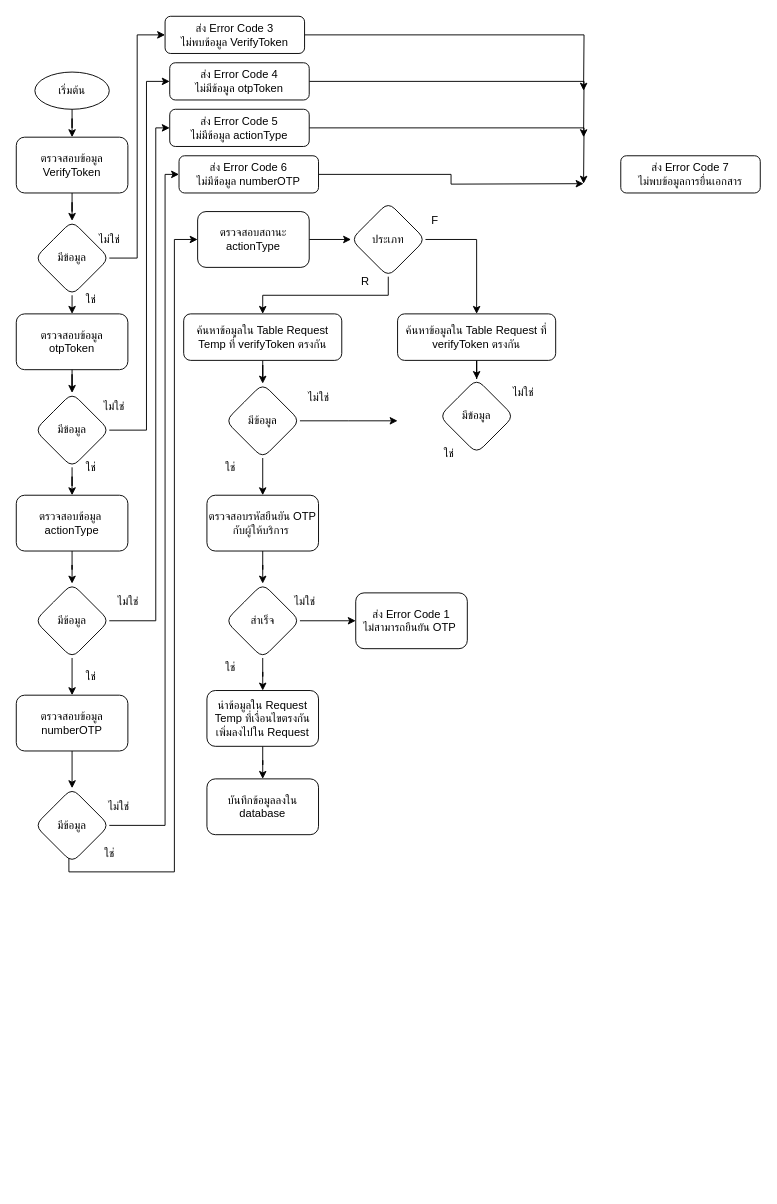
Before: VerifyOTPByTel.drawio in charifrodmanee/charifrodmanee, a draw.io diagram. Source tidied: cells renumbered, new cells numbered last; positions are measured from the earlier drawing's top-left corner, leaving out a move shared by most shapes. Both pictures are drawn from the tidied source at 93%, with x=0, y=0 at pixel (16, 16).
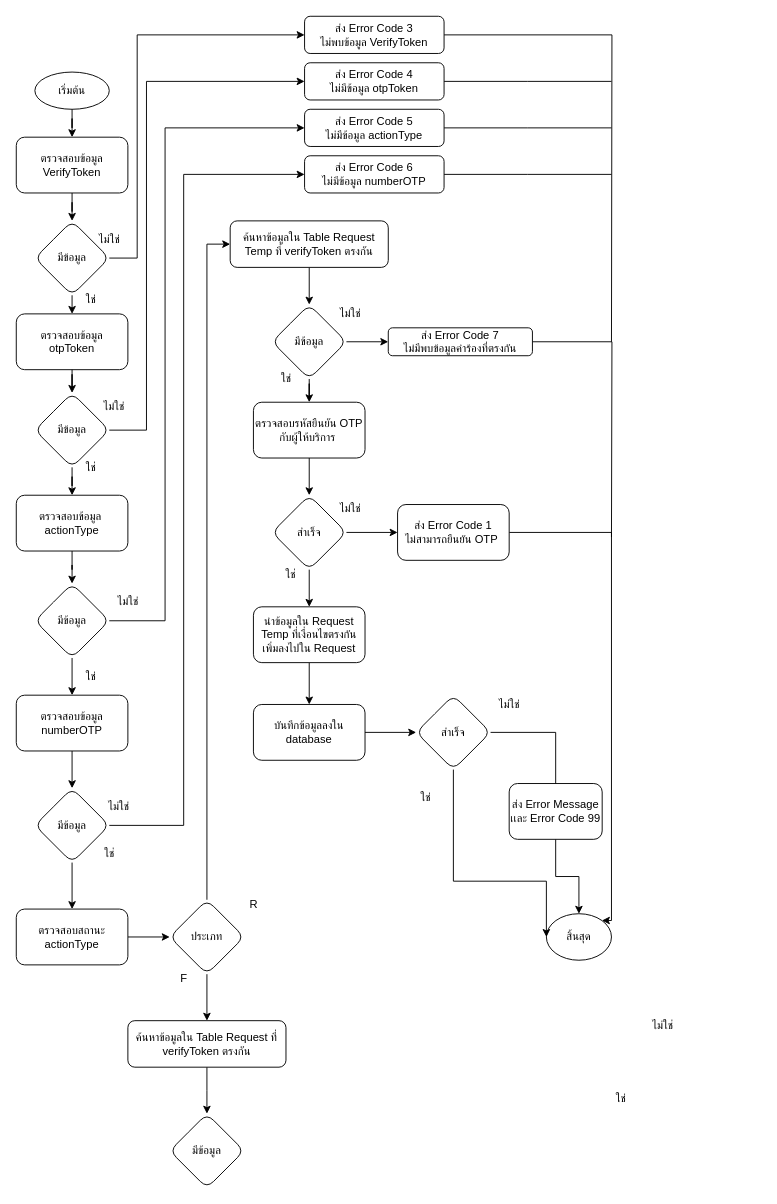
After the change.

Unchanged cells that the change refers to:
```xml
<mxCell id="26" value="มีข้อมูล" style="rhombus;whiteSpace=wrap;html=1;rounded=1;" parent="1" vertex="1">
  <mxGeometry x="20" y="610" width="80" height="80" as="geometry" />
</mxCell>
<mxCell id="44" value="มีข้อมูล" style="rhombus;whiteSpace=wrap;html=1;rounded=1;" parent="1" vertex="1">
  <mxGeometry x="20" y="830" width="80" height="80" as="geometry" />
</mxCell>
```

Change to the diagram source:
```diff
@@
-    <mxCell id="16" style="edgeStyle=orthogonalEdgeStyle;rounded=0;jettySize=auto;html=1;" parent="1" edge="1" source="17">
-      <mxGeometry relative="1" as="geometry">
-        <mxPoint x="610" y="80" as="targetPoint" />
-      </mxGeometry>
-    </mxCell>
+    <mxCell id="71" style="edgeStyle=orthogonalEdgeStyle;rounded=0;jettySize=auto;html=1;endArrow=none;endFill=0;" parent="1" edge="1" source="17">
+      <mxGeometry relative="1" as="geometry">
+        <mxPoint x="640" y="350" as="targetPoint" />
+      </mxGeometry>
+    </mxCell>
     <mxCell id="17" value="ส่ง Error Code 3&lt;br&gt;ไม่พบข้อมูล&amp;nbsp;VerifyToken" style="rounded=1;whiteSpace=wrap;html=1;" parent="1" vertex="1">
-      <mxGeometry x="160" width="150" height="40" as="geometry" />
+      <mxGeometry x="310" width="150" height="40" as="geometry" />
     </mxCell>
-    <mxCell id="18" style="edgeStyle=orthogonalEdgeStyle;rounded=0;jettySize=auto;html=1;" parent="1" edge="1" source="19">
-      <mxGeometry relative="1" as="geometry">
-        <mxPoint x="610" y="130" as="targetPoint" />
-      </mxGeometry>
-    </mxCell>
+    <mxCell id="72" style="edgeStyle=orthogonalEdgeStyle;rounded=0;jettySize=auto;html=1;endArrow=none;endFill=0;" parent="1" edge="1" source="19">
+      <mxGeometry relative="1" as="geometry">
+        <mxPoint x="640" y="70" as="targetPoint" />
+      </mxGeometry>
+    </mxCell>
     <mxCell id="19" value="ส่ง Error Code 4&lt;br&gt;ไม่มีข้อมูล otpToken" style="rounded=1;whiteSpace=wrap;html=1;" parent="1" vertex="1">
-      <mxGeometry x="165" y="50" width="150" height="40" as="geometry" />
+      <mxGeometry x="310" y="50" width="150" height="40" as="geometry" />
     </mxCell>
@@
     <mxCell id="25" style="edgeStyle=orthogonalEdgeStyle;rounded=0;jettySize=auto;html=1;entryX=0;entryY=0.5;entryDx=0;entryDy=0;" parent="1" edge="1" source="26" target="28">
       <mxGeometry relative="1" as="geometry">
         <Array as="points">
-          <mxPoint x="150" y="650" />
-          <mxPoint x="150" y="120" />
+          <mxPoint x="160" y="650" />
+          <mxPoint x="160" y="120" />
         </Array>
       </mxGeometry>
     </mxCell>
@@
-    <mxCell id="27" style="edgeStyle=orthogonalEdgeStyle;rounded=0;jettySize=auto;html=1;" parent="1" edge="1" source="28">
-      <mxGeometry relative="1" as="geometry">
-        <mxPoint x="610" y="180" as="targetPoint" />
-      </mxGeometry>
-    </mxCell>
+    <mxCell id="73" style="edgeStyle=orthogonalEdgeStyle;rounded=0;jettySize=auto;html=1;endArrow=none;endFill=0;" parent="1" edge="1" source="28">
+      <mxGeometry relative="1" as="geometry">
+        <mxPoint x="640" y="120" as="targetPoint" />
+      </mxGeometry>
+    </mxCell>
     <mxCell id="28" value="ส่ง Error Code 5&lt;br&gt;ไม่มีข้อมูล actionType" style="rounded=1;whiteSpace=wrap;html=1;" parent="1" vertex="1">
-      <mxGeometry x="165" y="100" width="150" height="40" as="geometry" />
+      <mxGeometry x="310" y="100" width="150" height="40" as="geometry" />
     </mxCell>
@@
     <mxCell id="32" value="ตรวจสอบสถานะ&lt;br&gt;actionType" style="rounded=1;whiteSpace=wrap;html=1;" parent="1" vertex="1">
-      <mxGeometry x="195" y="210" width="120" height="60" as="geometry" />
+      <mxGeometry y="960" width="120" height="60" as="geometry" />
     </mxCell>
-    <mxCell id="33" style="edgeStyle=orthogonalEdgeStyle;rounded=0;jettySize=auto;html=1;entryX=0.5;entryY=0;entryDx=0;entryDy=0;" parent="1" edge="1" source="35" target="66">
-      <mxGeometry relative="1" as="geometry">
-        <Array as="points">
-          <mxPoint x="495" y="240" />
-        </Array>
-      </mxGeometry>
+    <mxCell id="33" style="edgeStyle=orthogonalEdgeStyle;rounded=0;jettySize=auto;html=1;" parent="1" edge="1" source="35" target="66">
+      <mxGeometry relative="1" as="geometry" />
     </mxCell>
-    <mxCell id="34" style="edgeStyle=orthogonalEdgeStyle;rounded=0;jettySize=auto;html=1;" parent="1" edge="1" source="35" target="39">
-      <mxGeometry relative="1" as="geometry">
-        <Array as="points">
-          <mxPoint x="400" y="300" />
-          <mxPoint x="265" y="300" />
-        </Array>
-      </mxGeometry>
+    <mxCell id="34" style="edgeStyle=orthogonalEdgeStyle;rounded=0;jettySize=auto;html=1;entryX=0;entryY=0.5;entryDx=0;entryDy=0;" parent="1" edge="1" source="35" target="39">
+      <mxGeometry relative="1" as="geometry" />
     </mxCell>
     <mxCell id="35" value="ประเภท" style="rhombus;whiteSpace=wrap;html=1;rounded=1;" parent="1" vertex="1">
-      <mxGeometry x="360" y="200" width="80" height="80" as="geometry" />
+      <mxGeometry x="165" y="950" width="80" height="80" as="geometry" />
     </mxCell>
     <mxCell id="36" value="F" style="text;html=1;align=center;verticalAlign=middle;strokeColor=none;fillColor=none;" parent="1" vertex="1">
-      <mxGeometry x="435" y="205" width="30" height="30" as="geometry" />
+      <mxGeometry x="165" y="1020" width="30" height="30" as="geometry" />
     </mxCell>
     <mxCell id="37" value="R" style="text;html=1;align=center;verticalAlign=middle;strokeColor=none;fillColor=none;" parent="1" vertex="1">
-      <mxGeometry x="360" y="270" width="30" height="30" as="geometry" />
+      <mxGeometry x="240" y="940" width="30" height="30" as="geometry" />
     </mxCell>
@@
     <mxCell id="39" value="ค้นหาข้อมูลใน Table Request Temp ที่ verifyToken ตรงกัน" style="rounded=1;whiteSpace=wrap;html=1;" parent="1" vertex="1">
-      <mxGeometry x="180" y="320" width="170" height="50" as="geometry" />
+      <mxGeometry x="230" y="220" width="170" height="50" as="geometry" />
     </mxCell>
@@
     <mxCell id="42" style="edgeStyle=orthogonalEdgeStyle;rounded=0;jettySize=auto;html=1;entryX=0;entryY=0.5;entryDx=0;entryDy=0;" parent="1" edge="1" source="44" target="46">
       <mxGeometry relative="1" as="geometry">
         <Array as="points">
-          <mxPoint x="160" y="870" />
-          <mxPoint x="160" y="170" />
+          <mxPoint x="180" y="870" />
+          <mxPoint x="180" y="170" />
         </Array>
       </mxGeometry>
     </mxCell>
-    <mxCell id="43" style="edgeStyle=orthogonalEdgeStyle;rounded=0;jettySize=auto;html=1;entryX=0;entryY=0.5;entryDx=0;entryDy=0;exitX=0.457;exitY=0.928;exitDx=0;exitDy=0;exitPerimeter=0;" parent="1" edge="1" source="44" target="32">
-      <mxGeometry relative="1" as="geometry">
-        <Array as="points">
-          <mxPoint x="57" y="920" />
-          <mxPoint x="170" y="920" />
-          <mxPoint x="170" y="240" />
-        </Array>
-      </mxGeometry>
+    <mxCell id="43" style="edgeStyle=orthogonalEdgeStyle;rounded=0;jettySize=auto;html=1;" parent="1" edge="1" source="44" target="32">
+      <mxGeometry relative="1" as="geometry" />
     </mxCell>
@@
-    <mxCell id="45" style="edgeStyle=orthogonalEdgeStyle;rounded=0;jettySize=auto;html=1;" parent="1" edge="1" source="46">
-      <mxGeometry relative="1" as="geometry">
-        <mxPoint x="610" y="180" as="targetPoint" />
-      </mxGeometry>
-    </mxCell>
+    <mxCell id="74" style="edgeStyle=orthogonalEdgeStyle;rounded=0;jettySize=auto;html=1;endArrow=none;endFill=0;" parent="1" edge="1" source="46">
+      <mxGeometry relative="1" as="geometry">
+        <mxPoint x="640" y="170" as="targetPoint" />
+      </mxGeometry>
+    </mxCell>
     <mxCell id="46" value="ส่ง Error Code 6&lt;br&gt;ไม่มีข้อมูล numberOTP" style="rounded=1;whiteSpace=wrap;html=1;" parent="1" vertex="1">
-      <mxGeometry x="175" y="150" width="150" height="40" as="geometry" />
+      <mxGeometry x="310" y="150" width="150" height="40" as="geometry" />
     </mxCell>
@@
-    <mxCell id="50" style="edgeStyle=orthogonalEdgeStyle;rounded=0;jettySize=auto;html=1;" parent="1" edge="1" source="51">
-      <mxGeometry relative="1" as="geometry">
-        <mxPoint x="410" y="435" as="targetPoint" />
-      </mxGeometry>
-    </mxCell>
+    <mxCell id="75" style="edgeStyle=orthogonalEdgeStyle;rounded=0;jettySize=auto;html=1;" parent="1" edge="1" source="51" target="79">
+      <mxGeometry relative="1" as="geometry" />
+    </mxCell>
     <mxCell id="51" value="มีข้อมูล" style="rhombus;whiteSpace=wrap;html=1;rounded=1;" parent="1" vertex="1">
-      <mxGeometry x="225" y="395" width="80" height="80" as="geometry" />
+      <mxGeometry x="275" y="310" width="80" height="80" as="geometry" />
     </mxCell>
     <mxCell id="52" value="ไม่ใช่" style="text;html=1;align=center;verticalAlign=middle;strokeColor=none;fillColor=none;" parent="1" vertex="1">
-      <mxGeometry x="300" y="395" width="50" height="30" as="geometry" />
+      <mxGeometry x="334" y="515" width="50" height="30" as="geometry" />
     </mxCell>
     <mxCell id="53" value="ใช่" style="text;html=1;align=center;verticalAlign=middle;strokeColor=none;fillColor=none;" parent="1" vertex="1">
-      <mxGeometry x="210" y="470" width="40" height="30" as="geometry" />
+      <mxGeometry x="630" y="1149" width="40" height="30" as="geometry" />
     </mxCell>
@@
     <mxCell id="55" value="ตรวจสอบรหัสยืนยัน OTP กับผู้ให้บริการ&amp;nbsp;" style="whiteSpace=wrap;html=1;rounded=1;" parent="1" vertex="1">
-      <mxGeometry x="205" y="515" width="120" height="60" as="geometry" />
+      <mxGeometry x="255" y="415" width="120" height="60" as="geometry" />
     </mxCell>
@@
     <mxCell id="58" value="สำเร็จ" style="rhombus;whiteSpace=wrap;html=1;rounded=1;" parent="1" vertex="1">
-      <mxGeometry x="225" y="610" width="80" height="80" as="geometry" />
+      <mxGeometry x="275" y="515" width="80" height="80" as="geometry" />
     </mxCell>
     <mxCell id="59" value="ไม่ใช่" style="text;html=1;align=center;verticalAlign=middle;strokeColor=none;fillColor=none;" parent="1" vertex="1">
-      <mxGeometry x="285" y="615" width="50" height="30" as="geometry" />
+      <mxGeometry x="670" y="1070" width="50" height="30" as="geometry" />
     </mxCell>
     <mxCell id="60" value="ใช่" style="text;html=1;align=center;verticalAlign=middle;strokeColor=none;fillColor=none;" parent="1" vertex="1">
-      <mxGeometry x="210" y="685" width="40" height="30" as="geometry" />
+      <mxGeometry x="275" y="585" width="40" height="30" as="geometry" />
     </mxCell>
@@
     <mxCell id="62" value="นำข้อมูลใน Request Temp ที่เงื่อนไขตรงกันเพิ่มลงไปใน Request" style="whiteSpace=wrap;html=1;rounded=1;" parent="1" vertex="1">
-      <mxGeometry x="205" y="725" width="120" height="60" as="geometry" />
+      <mxGeometry x="255" y="635" width="120" height="60" as="geometry" />
     </mxCell>
+    <mxCell id="76" style="edgeStyle=orthogonalEdgeStyle;rounded=0;jettySize=auto;html=1;entryX=1;entryY=0;entryDx=0;entryDy=0;" parent="1" edge="1" source="63" target="80">
+      <mxGeometry relative="1" as="geometry">
+        <Array as="points">
+          <mxPoint x="640" y="555" />
+          <mxPoint x="640" y="972" />
+        </Array>
+      </mxGeometry>
+    </mxCell>
     <mxCell id="63" value="ส่ง Error Code 1&lt;br&gt;ไม่สามารถยืนยัน OTP&amp;nbsp;" style="whiteSpace=wrap;html=1;rounded=1;" parent="1" vertex="1">
-      <mxGeometry x="365" y="620" width="120" height="60" as="geometry" />
+      <mxGeometry x="410" y="525" width="120" height="60" as="geometry" />
     </mxCell>
+    <mxCell id="77" style="edgeStyle=orthogonalEdgeStyle;rounded=0;jettySize=auto;html=1;endArrow=classic;endFill=1;" parent="1" edge="1" source="64" target="83">
+      <mxGeometry relative="1" as="geometry" />
+    </mxCell>
     <mxCell id="64" value="บันทึกข้อมูลลงใน database" style="whiteSpace=wrap;html=1;rounded=1;" parent="1" vertex="1">
-      <mxGeometry x="205" y="820" width="120" height="60" as="geometry" />
+      <mxGeometry x="255" y="740" width="120" height="60" as="geometry" />
     </mxCell>
-    <mxCell id="65" style="edgeStyle=orthogonalEdgeStyle;rounded=0;jettySize=auto;html=1;entryX=0.5;entryY=0;entryDx=0;entryDy=0;" parent="1" edge="1" source="66" target="67">
-      <mxGeometry relative="1" as="geometry" />
+    <mxCell id="65" style="edgeStyle=orthogonalEdgeStyle;rounded=0;jettySize=auto;html=1;" parent="1" edge="1" source="66">
+      <mxGeometry relative="1" as="geometry">
+        <mxPoint x="205" y="1180" as="targetPoint" />
+      </mxGeometry>
     </mxCell>
     <mxCell id="66" value="ค้นหาข้อมูลใน Table Request ที่ verifyToken ตรงกัน" style="rounded=1;whiteSpace=wrap;html=1;" parent="1" vertex="1">
-      <mxGeometry x="410" y="320" width="170" height="50" as="geometry" />
+      <mxGeometry x="120" y="1080" width="170" height="50" as="geometry" />
     </mxCell>
     <mxCell id="67" value="มีข้อมูล" style="rhombus;whiteSpace=wrap;html=1;rounded=1;" parent="1" vertex="1">
-      <mxGeometry x="455" y="390" width="80" height="80" as="geometry" />
+      <mxGeometry x="165" y="1180" width="80" height="80" as="geometry" />
     </mxCell>
     <mxCell id="68" value="ไม่ใช่" style="text;html=1;align=center;verticalAlign=middle;strokeColor=none;fillColor=none;" parent="1" vertex="1">
-      <mxGeometry x="520" y="390" width="50" height="30" as="geometry" />
+      <mxGeometry x="334" y="305" width="50" height="30" as="geometry" />
     </mxCell>
     <mxCell id="69" value="ใช่" style="text;html=1;align=center;verticalAlign=middle;strokeColor=none;fillColor=none;" parent="1" vertex="1">
-      <mxGeometry x="445" y="455" width="40" height="30" as="geometry" />
+      <mxGeometry x="270" y="375" width="40" height="30" as="geometry" />
     </mxCell>
-    <mxCell id="70" value="ส่ง Error Code 7&lt;br&gt;ไม่พบข้อมูลการยื่นเอกสาร" style="rounded=1;whiteSpace=wrap;html=1;" parent="1" vertex="1">
-      <mxGeometry x="650" y="150" width="150" height="40" as="geometry" />
-    </mxCell>
+    <mxCell id="78" style="edgeStyle=orthogonalEdgeStyle;rounded=0;jettySize=auto;html=1;endArrow=none;endFill=0;" parent="1" edge="1" source="79">
+      <mxGeometry relative="1" as="geometry">
+        <mxPoint x="640" y="560" as="targetPoint" />
+      </mxGeometry>
+    </mxCell>
+    <mxCell id="79" value="ส่ง Error Code 7&lt;br&gt;ไม่มีพบข้อมูลคำร้องที่ตรงกัน" style="rounded=1;whiteSpace=wrap;html=1;" parent="1" vertex="1">
+      <mxGeometry x="400" y="335" width="155" height="30" as="geometry" />
+    </mxCell>
+    <mxCell id="80" value="สิ้นสุด" style="ellipse;whiteSpace=wrap;html=1;" parent="1" vertex="1">
+      <mxGeometry x="570" y="965" width="70" height="50" as="geometry" />
+    </mxCell>
+    <mxCell id="81" style="edgeStyle=orthogonalEdgeStyle;rounded=0;jettySize=auto;html=1;entryX=0.5;entryY=0;entryDx=0;entryDy=0;endArrow=classic;endFill=1;startArrow=none;" parent="1" edge="1" source="85" target="80">
+      <mxGeometry relative="1" as="geometry" />
+    </mxCell>
+    <mxCell id="82" style="edgeStyle=orthogonalEdgeStyle;rounded=0;jettySize=auto;html=1;entryX=0;entryY=0.5;entryDx=0;entryDy=0;endArrow=classic;endFill=1;" parent="1" edge="1" source="83" target="80">
+      <mxGeometry relative="1" as="geometry">
+        <Array as="points">
+          <mxPoint x="470" y="930" />
+          <mxPoint x="570" y="930" />
+        </Array>
+      </mxGeometry>
+    </mxCell>
+    <mxCell id="83" value="สำเร็จ" style="rhombus;whiteSpace=wrap;html=1;rounded=1;" parent="1" vertex="1">
+      <mxGeometry x="430" y="730" width="80" height="80" as="geometry" />
+    </mxCell>
+    <mxCell id="84" value="ไม่ใช่" style="text;html=1;align=center;verticalAlign=middle;strokeColor=none;fillColor=none;" parent="1" vertex="1">
+      <mxGeometry x="505" y="725" width="50" height="30" as="geometry" />
+    </mxCell>
+    <mxCell id="85" value="ส่ง Error Message เเละ Error Code 99" style="whiteSpace=wrap;html=1;rounded=1;" parent="1" vertex="1">
+      <mxGeometry x="530" y="825" width="100" height="60" as="geometry" />
+    </mxCell>
+    <mxCell id="86" style="edgeStyle=orthogonalEdgeStyle;rounded=0;jettySize=auto;html=1;entryX=0.5;entryY=0;entryDx=0;entryDy=0;endArrow=none;endFill=1;" parent="1" edge="1" source="83" target="85">
+      <mxGeometry relative="1" as="geometry" />
+    </mxCell>
+    <mxCell id="87" value="ใช่" style="text;html=1;align=center;verticalAlign=middle;strokeColor=none;fillColor=none;" parent="1" vertex="1">
+      <mxGeometry x="420" y="825" width="40" height="30" as="geometry" />
+    </mxCell>
```
